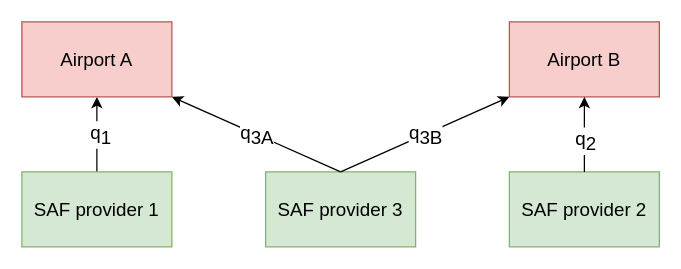
The draw.io diagram GRF.drawio in HengfeiMa95/paper-reading, before the edit. Source tidied: cells renumbered, new cells numbered last; positions are measured from the earlier drawing's top-left corner, leaving out a move shared by most shapes. Both pictures are drawn from the tidied source at 125%, with x=0, y=0 at pixel (21, 21).
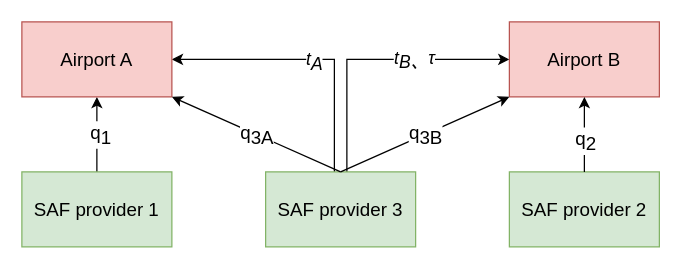
After the change.

Unchanged cells that the change refers to:
```xml
<mxCell id="2" value="SAF provider 3" style="rounded=0;whiteSpace=wrap;html=1;fontSize=15;fillColor=#d5e8d4;strokeColor=#82b366;" parent="1" vertex="1">
  <mxGeometry x="195" y="120" width="120" height="60" as="geometry" />
</mxCell>
<mxCell id="7" value="Airport B" style="rounded=0;whiteSpace=wrap;html=1;fontSize=15;fillColor=#f8cecc;strokeColor=#b85450;" parent="1" vertex="1">
  <mxGeometry x="390" width="120" height="60" as="geometry" />
</mxCell>
<mxCell id="8" value="Airport A" style="rounded=0;whiteSpace=wrap;html=1;fontSize=15;fillColor=#f8cecc;strokeColor=#b85450;" parent="1" vertex="1">
  <mxGeometry width="120" height="60" as="geometry" />
</mxCell>
```

What changed in the source:
```diff
@@
+    <mxCell id="15" style="edgeStyle=orthogonalEdgeStyle;rounded=0;jettySize=auto;html=1;entryX=1;entryY=0.5;entryDx=0;entryDy=0;" parent="1" edge="1" source="2" target="8">
+      <mxGeometry relative="1" as="geometry">
+        <Array as="points">
+          <mxPoint x="250" y="30" />
+        </Array>
+      </mxGeometry>
+    </mxCell>
+    <mxCell id="16" value="t&lt;sub style=&quot;font-size: 14px;&quot;&gt;A&lt;/sub&gt;" style="edgeLabel;html=1;align=center;verticalAlign=middle;fontSize=14;fontStyle=2;" parent="15" vertex="1">
+      <mxGeometry x="-0.03" y="1" relative="1" as="geometry" />
+    </mxCell>
+    <mxCell id="17" style="edgeStyle=orthogonalEdgeStyle;rounded=0;jettySize=auto;html=1;entryX=0;entryY=0.5;entryDx=0;entryDy=0;" parent="1" edge="1" source="2" target="7">
+      <mxGeometry relative="1" as="geometry">
+        <Array as="points">
+          <mxPoint x="260" y="30" />
+        </Array>
+      </mxGeometry>
+    </mxCell>
+    <mxCell id="18" value="t&lt;sub style=&quot;font-size: 14px;&quot;&gt;B、&lt;/sub&gt;&lt;font style=&quot;font-size: 14px;&quot;&gt;τ&lt;/font&gt;" style="edgeLabel;html=1;align=center;verticalAlign=middle;fontSize=14;fontStyle=2;" parent="17" vertex="1">
+      <mxGeometry x="0.3" relative="1" as="geometry" />
+    </mxCell>
```
